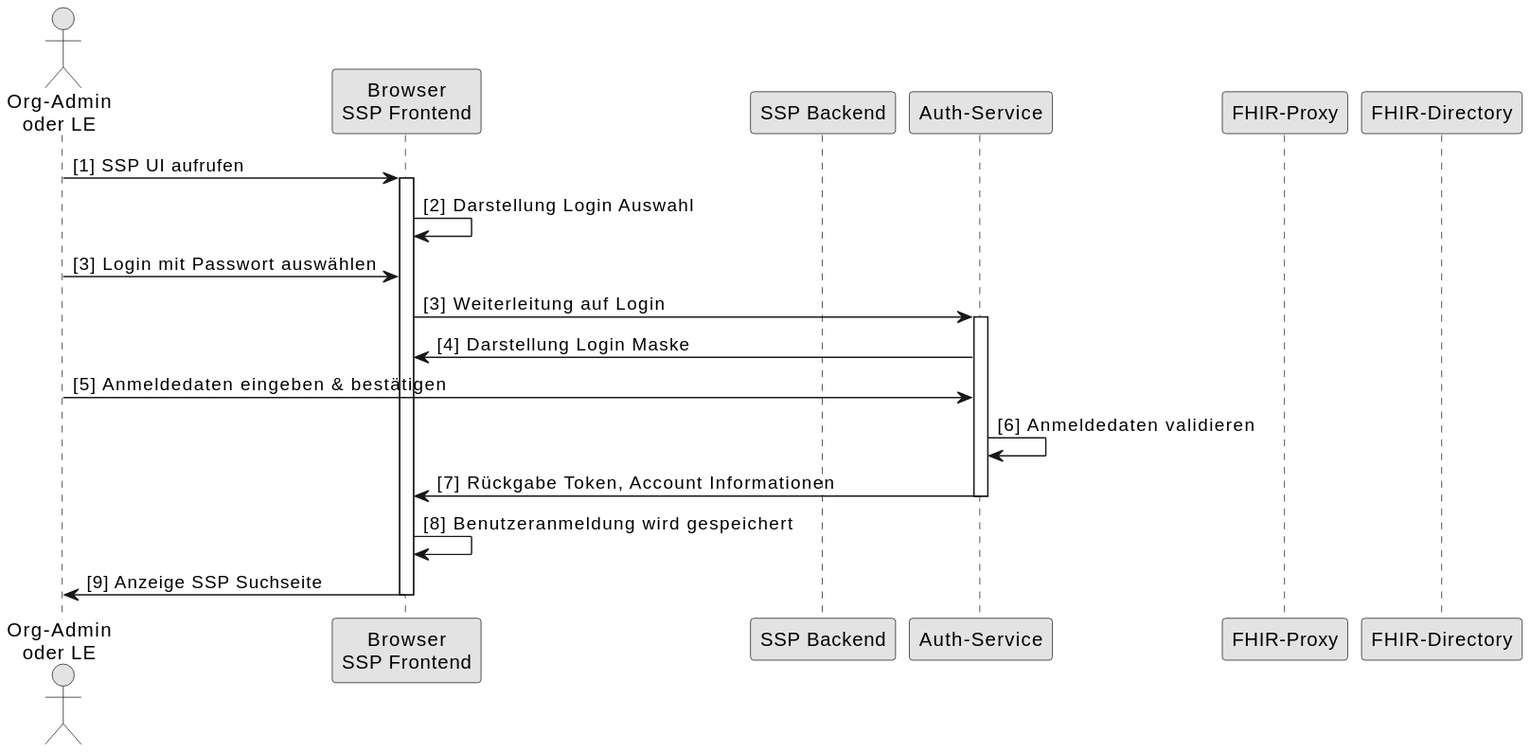
Above: images/diagrams/SequenceDiagram.FHIR-Directory.SSP.Auth.Passw.svg in gematik/api-vzd (PlantUML), before the change.
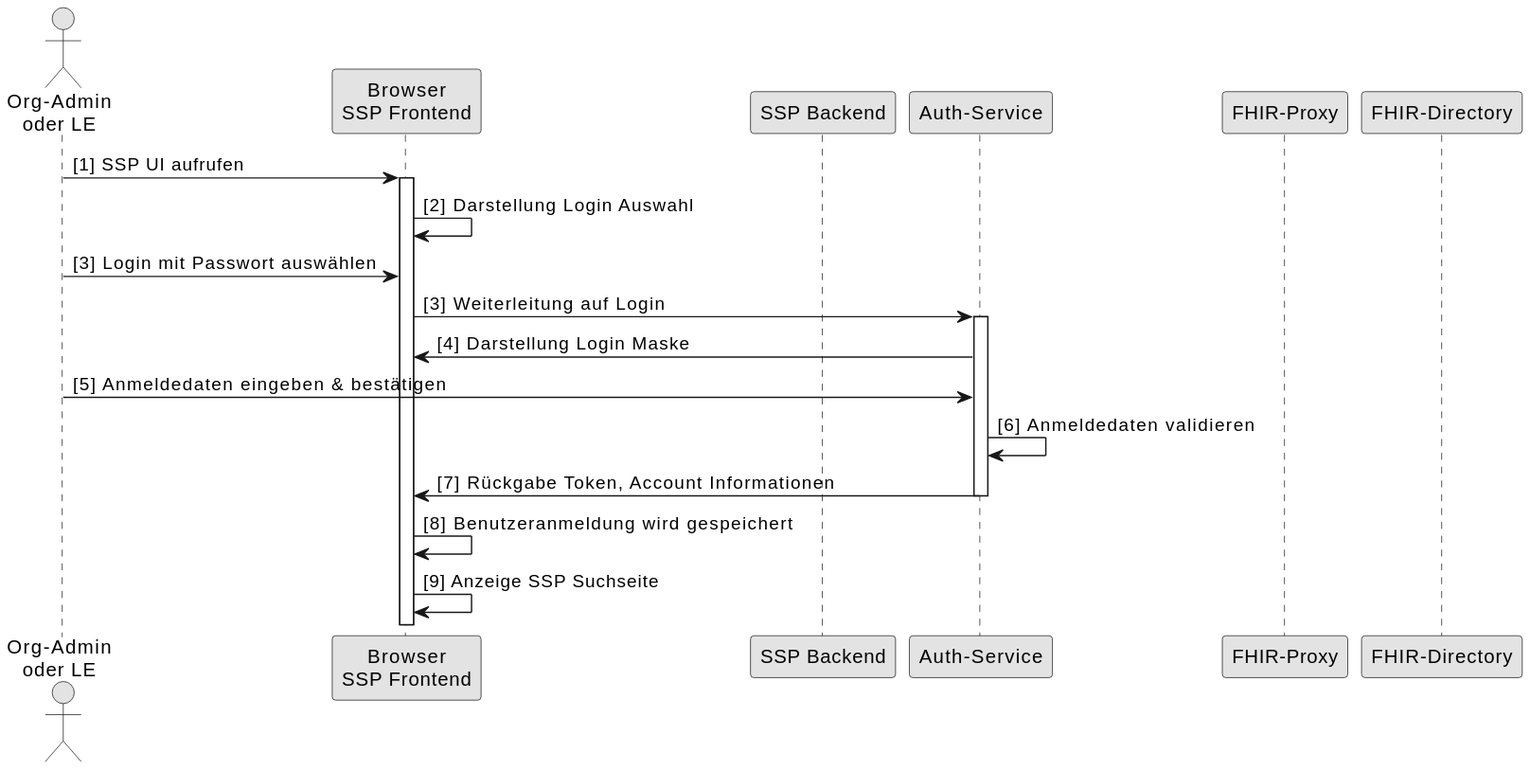
After the change.

The edit, as a diff of the source:
```diff
@@ -25,7 +25,5 @@
 deactivate au
 
 cl -> cl: [8] Benutzeranmeldung wird gespeichert
-cl -> o: [9] Anzeige SSP Suchseite
-
-deactivate cl
+cl -> cl: [9] Anzeige SSP Suchseite
 @enduml
```
